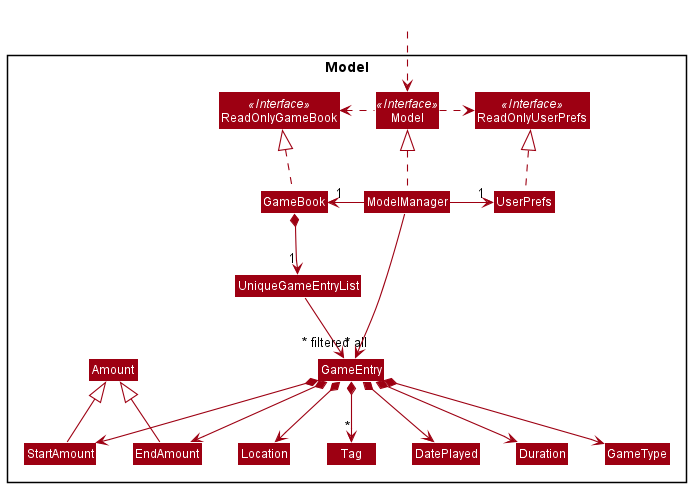
Earlier version of the PlantUML export docs/images/ModelClassDiagram.png (yzhilong/tp). Source of this version:
```plantuml
@startuml
!include style.puml
skinparam arrowThickness 1.1
skinparam arrowColor MODEL_COLOR
skinparam classBackgroundColor MODEL_COLOR

Package Model <<Rectangle>>{
Interface ReadOnlyGameBook <<Interface>>
Interface ReadOnlyUserPrefs <<Interface>>
Interface Model <<Interface>>
Class GameBook
Class ReadOnlyGameBook
Class Model
Class ModelManager
Class UserPrefs
Class ReadOnlyUserPrefs


Class UniqueGameEntryList
Class GameEntry
Class GameType
Class Amount
Class StartAmount
Class EndAmount
Class DatePlayed
Class Duration
Class Location
Class Tag

}

Class HiddenOutside #FFFFFF
HiddenOutside ..> Model

GameBook .up.|> ReadOnlyGameBook

ModelManager .up.|> Model
Model .right.> ReadOnlyUserPrefs
Model .left.> ReadOnlyGameBook
ModelManager -left-> "1" GameBook
ModelManager -right-> "1" UserPrefs
UserPrefs .up.|> ReadOnlyUserPrefs

StartAmount -up-|> Amount
EndAmount -up-|> Amount

GameBook *--> "1" UniqueGameEntryList
UniqueGameEntryList --> "~* all" GameEntry
GameEntry *--> GameType
GameEntry *--> StartAmount
GameEntry *--> EndAmount
GameEntry *--> DatePlayed
GameEntry *--> Duration
GameEntry *--> Location
GameEntry *--> "*" Tag

GameType -[hidden]right-> StartAmount
StartAmount -[hidden]right-> EndAmount
EndAmount -[hidden]right-> DatePlayed


ModelManager -->"~* filtered" GameEntry
@enduml
```
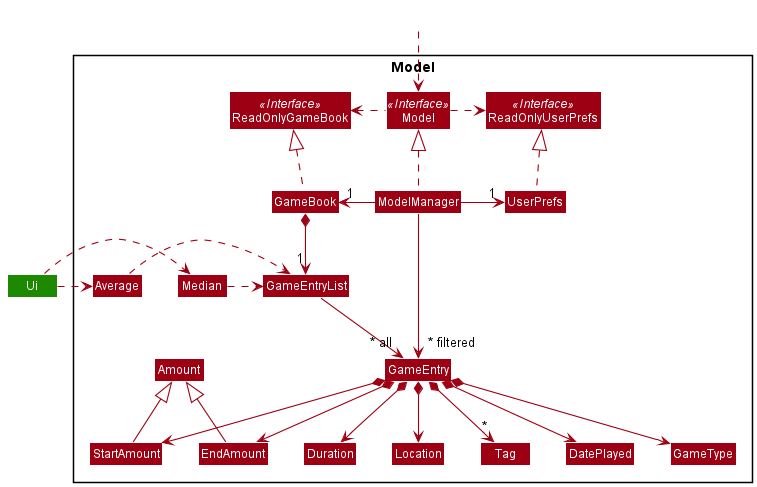
After the commit.

Commit message:
Update model diagram

What changed in the source:
```diff
@@ -16,7 +16,7 @@
 Class ReadOnlyUserPrefs
 
 
-Class UniqueGameEntryList
+Class GameEntryList
 Class GameEntry
 Class GameType
 Class Amount
@@ -26,13 +26,21 @@
 Class Duration
 Class Location
 Class Tag
+Class Average
+Class Median
 
 }
 
 Class HiddenOutside #FFFFFF
 HiddenOutside ..> Model
 
+Class Ui #1D8900
+
 GameBook .up.|> ReadOnlyGameBook
+Ui .right.> Average
+Ui .right.> Median
+Average .right-> GameEntryList
+Median .right-> GameEntryList
 
 ModelManager .up.|> Model
 Model .right.> ReadOnlyUserPrefs
@@ -44,8 +52,8 @@
 StartAmount -up-|> Amount
 EndAmount -up-|> Amount
 
-GameBook *--> "1" UniqueGameEntryList
-UniqueGameEntryList --> "~* all" GameEntry
+GameBook *--> "1" GameEntryList
+GameEntryList --> "~* all" GameEntry
 GameEntry *--> GameType
 GameEntry *--> StartAmount
 GameEntry *--> EndAmount
```
